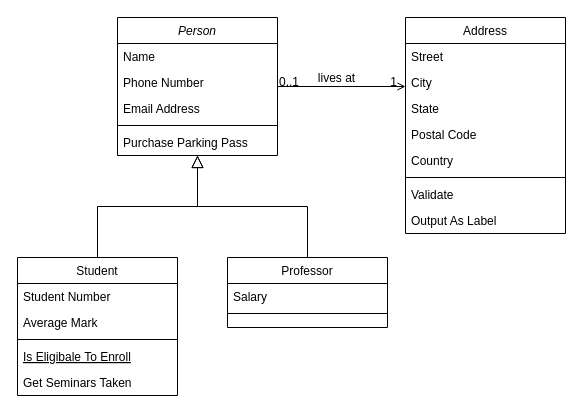
The draw.io diagram PSI_class_diagram.drawio in vortex200/tutor-finder-files, before the edit. Source tidied: cells renumbered, new cells numbered last; positions are measured from the earlier drawing's top-left corner, leaving out a move shared by most shapes. Both pictures are drawn from the tidied source at 100%, with x=0, y=0 at pixel (17, 17).
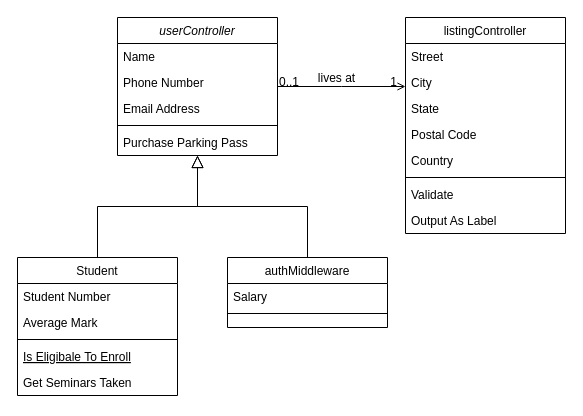
The same diagram, later.

Diff of the diagram source:
```diff
@@
-    <mxCell id="2" value="Person" style="swimlane;fontStyle=2;align=center;verticalAlign=top;horizontal=1;startSize=26;rounded=0;shadow=0;strokeWidth=1;" parent="1" vertex="1">
+    <mxCell id="2" value="userController" style="swimlane;fontStyle=2;align=center;verticalAlign=top;horizontal=1;startSize=26;rounded=0;shadow=0;strokeWidth=1;" parent="1" vertex="1">
       <mxGeometry x="100" width="160" height="138" as="geometry" />
     </mxCell>
@@
-    <mxCell id="15" value="Professor" style="swimlane;fontStyle=0;align=center;verticalAlign=top;horizontal=1;startSize=26;rounded=0;shadow=0;strokeWidth=1;" parent="1" vertex="1">
+    <mxCell id="15" value="authMiddleware" style="swimlane;fontStyle=0;align=center;verticalAlign=top;horizontal=1;startSize=26;rounded=0;shadow=0;strokeWidth=1;" parent="1" vertex="1">
       <mxGeometry x="210" y="240" width="160" height="70" as="geometry" />
     </mxCell>
@@
-    <mxCell id="19" value="Address" style="swimlane;fontStyle=0;align=center;verticalAlign=top;horizontal=1;startSize=26;rounded=0;shadow=0;strokeWidth=1;" parent="1" vertex="1">
+    <mxCell id="19" value="listingController" style="swimlane;fontStyle=0;align=center;verticalAlign=top;horizontal=1;startSize=26;rounded=0;shadow=0;strokeWidth=1;" parent="1" vertex="1">
       <mxGeometry x="388" width="160" height="216" as="geometry" />
     </mxCell>
```
